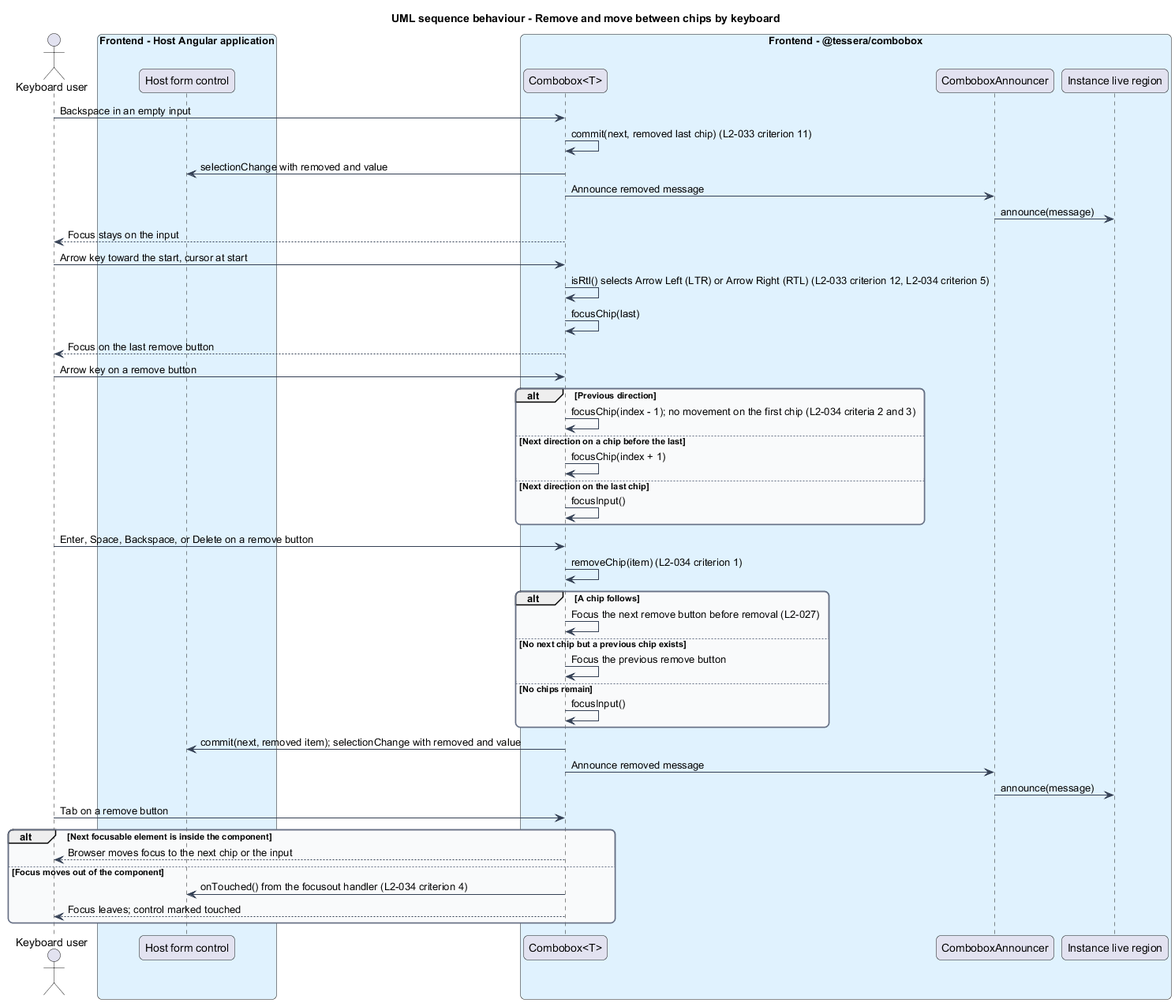
The PlantUML diagram docs/detailed-designs/combobox/operate-by-keyboard/diagrams/sequence-navigate-chips.png in QuinntyneBrown/Tessera, before a commit.
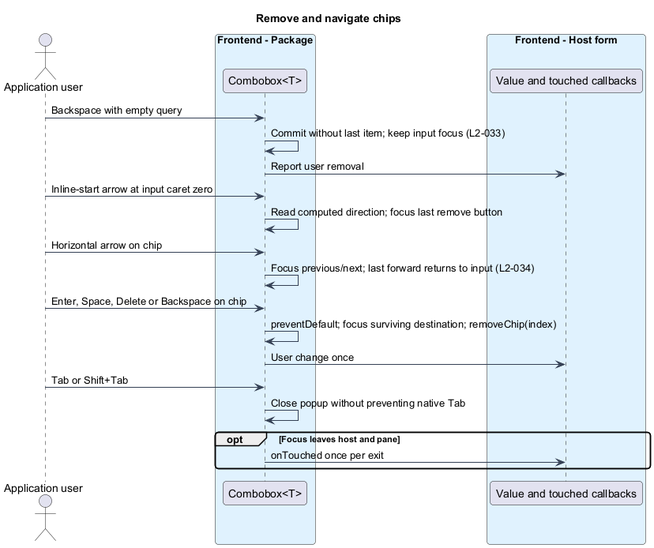
The same diagram one commit later.

What changed in the source:
```diff
@@ -1,68 +1,37 @@
 @startuml
-title UML sequence behaviour - Remove and move between chips by keyboard
 skinparam backgroundColor #FFFFFF
 skinparam shadowing false
-skinparam roundcorner 12
+skinparam roundcorner 8
 skinparam defaultFontName Arial
 skinparam ArrowColor #344054
-skinparam rectangle {
+skinparam class {
   BorderColor #344054
-  FontColor #101828
-}
-skinparam package {
-  BorderColor #667085
   FontColor #101828
   BackgroundColor #F9FAFB
 }
-actor "Keyboard user" as user
-box "Frontend - Host Angular application" #E0F2FE
-  participant "Host form control" as host
+title Remove and navigate chips
+actor "Application user" as user
+box "Frontend - Package" #E0F2FE
+  participant "Combobox<T>" as cb
 end box
-box "Frontend - @tessera/combobox" #E0F2FE
-  participant "Combobox<T>" as combobox
-  participant "ComboboxAnnouncer" as announcer
-  participant "Instance live region" as live
+box "Frontend - Host form" #E0F2FE
+  participant "Value and touched callbacks" as fc
 end box
 
-user -> combobox : Backspace in an empty input
-combobox -> combobox : commit(next, removed last chip) (L2-033 criterion 11)
-combobox -> host : selectionChange with removed and value
-combobox -> announcer : Announce removed message
-announcer -> live : announce(message)
-combobox --> user : Focus stays on the input
 
-user -> combobox : Arrow key toward the start, cursor at start
-combobox -> combobox : isRtl() selects Arrow Left (LTR) or Arrow Right (RTL) (L2-033 criterion 12, L2-034 criterion 5)
-combobox -> combobox : focusChip(last)
-combobox --> user : Focus on the last remove button
-
-user -> combobox : Arrow key on a remove button
-alt Previous direction
-  combobox -> combobox : focusChip(index - 1); no movement on the first chip (L2-034 criteria 2 and 3)
-else Next direction on a chip before the last
-  combobox -> combobox : focusChip(index + 1)
-else Next direction on the last chip
-  combobox -> combobox : focusInput()
-end
-
-user -> combobox : Enter, Space, Backspace, or Delete on a remove button
-combobox -> combobox : removeChip(item) (L2-034 criterion 1)
-alt A chip follows
-  combobox -> combobox : Focus the next remove button before removal (L2-027)
-else No next chip but a previous chip exists
-  combobox -> combobox : Focus the previous remove button
-else No chips remain
-  combobox -> combobox : focusInput()
-end
-combobox -> host : commit(next, removed item); selectionChange with removed and value
-combobox -> announcer : Announce removed message
-announcer -> live : announce(message)
-
-user -> combobox : Tab on a remove button
-alt Next focusable element is inside the component
-  combobox --> user : Browser moves focus to the next chip or the input
-else Focus moves out of the component
-  combobox -> host : onTouched() from the focusout handler (L2-034 criterion 4)
-  combobox --> user : Focus leaves; control marked touched
+user -> cb : Backspace with empty query
+cb -> cb : Commit without last item; keep input focus (L2-033)
+cb -> fc : Report user removal
+user -> cb : Inline-start arrow at input caret zero
+cb -> cb : Read computed direction; focus last remove button
+user -> cb : Horizontal arrow on chip
+cb -> cb : Focus previous/next; last forward returns to input (L2-034)
+user -> cb : Enter, Space, Delete or Backspace on chip
+cb -> cb : preventDefault; focus surviving destination; removeChip(index)
+cb -> fc : User change once
+user -> cb : Tab or Shift+Tab
+cb -> cb : Close popup without preventing native Tab
+opt Focus leaves host and pane
+  cb -> fc : onTouched once per exit
 end
 @enduml
```
